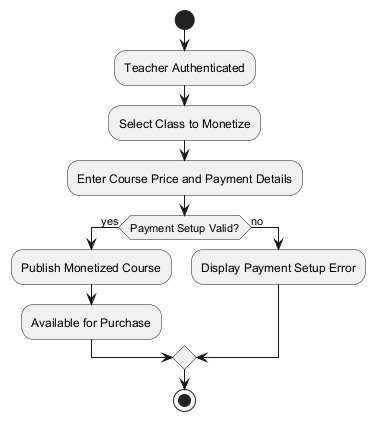
Above: projects/jamc/design/diagrams/course-monetization-activity-diagram.png in alexajuno/notes (PlantUML), before the change. Its diagram source:
```plantuml
@startuml
start
:Teacher Authenticated;
:Select Class to Monetize;
:Enter Course Price and Payment Details;
if (Payment Setup Valid?) then (yes)
  :Publish Monetized Course;
  :Available for Purchase;
else (no)
  :Display Payment Setup Error;
endif
stop
@enduml
```
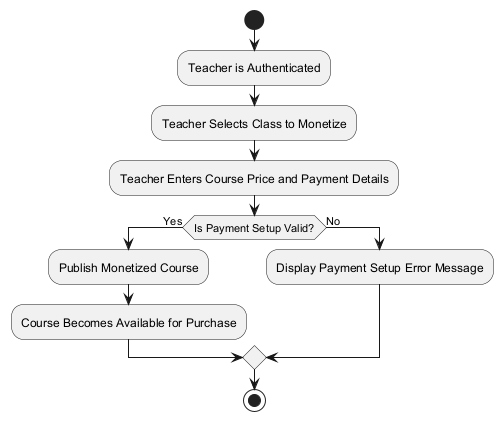
After the change.

Change to the diagram source:
```diff
@@ -1,13 +1,15 @@
-@startuml
+@startuml course-monetization-activity-diagram
+
 start
-:Teacher Authenticated;
-:Select Class to Monetize;
-:Enter Course Price and Payment Details;
-if (Payment Setup Valid?) then (yes)
+:Teacher is Authenticated;
+:Teacher Selects Class to Monetize;
+:Teacher Enters Course Price and Payment Details;
+if (Is Payment Setup Valid?) then (Yes)
   :Publish Monetized Course;
-  :Available for Purchase;
-else (no)
-  :Display Payment Setup Error;
+  :Course Becomes Available for Purchase;
+else (No)
+  :Display Payment Setup Error Message;
 endif
 stop
+
 @enduml
```
